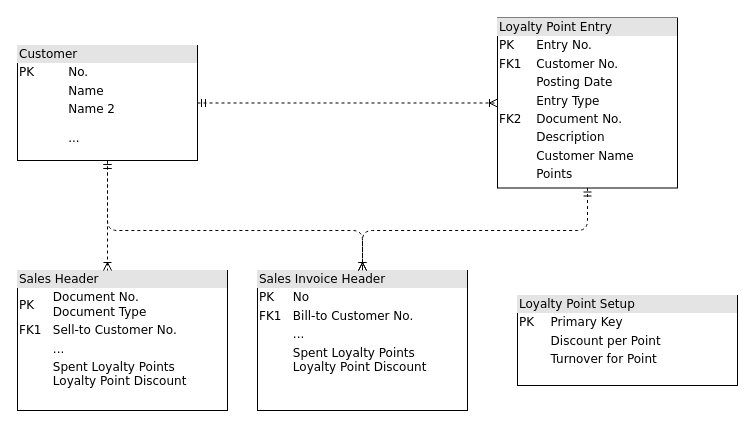
Above: Naderer/images/Tables.drawio in wisa1/bacc (draw.io), before the change. Source tidied: cells renumbered, new cells numbered last; positions are measured from the earlier drawing's top-left corner, leaving out a move shared by most shapes. Both pictures are drawn from the tidied source at 100%, with x=0, y=0 at pixel (17, 18).
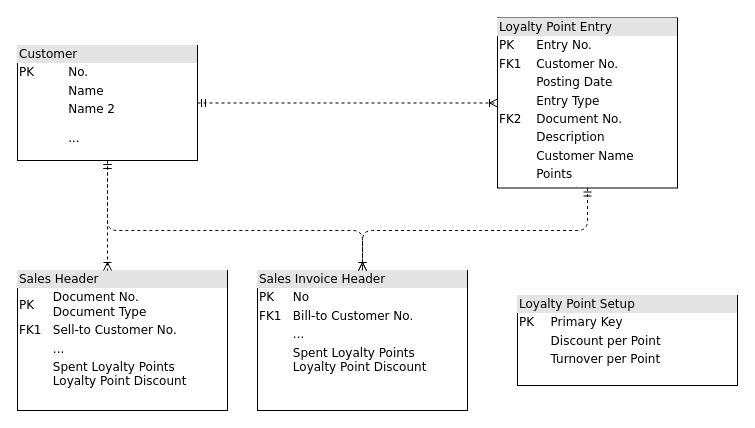
After the change.

Change to the diagram source:
```diff
@@
 <mxGraphModel background="#ffffff">
   <root>
     <mxCell id="0" />
     <mxCell id="1" parent="0" />
     <mxCell id="2" value="&lt;div style=&quot;box-sizing: border-box ; width: 100% ; background: #e4e4e4 ; padding: 2px&quot;&gt;Customer&lt;/div&gt;&lt;table style=&quot;width: 100% ; font-size: 1em&quot; cellpadding=&quot;2&quot; cellspacing=&quot;0&quot;&gt;&lt;tbody&gt;&lt;tr&gt;&lt;td&gt;PK&lt;/td&gt;&lt;td&gt;No.&lt;/td&gt;&lt;/tr&gt;&lt;tr&gt;&lt;td&gt;&lt;br&gt;&lt;/td&gt;&lt;td&gt;Name&lt;/td&gt;&lt;/tr&gt;&lt;tr&gt;&lt;td&gt;&lt;/td&gt;&lt;td&gt;Name 2&lt;br&gt;&lt;br&gt;...&lt;br&gt;&lt;/td&gt;&lt;/tr&gt;&lt;/tbody&gt;&lt;/table&gt;" style="verticalAlign=top;align=left;overflow=fill;html=1;rounded=0;shadow=0;comic=0;labelBackgroundColor=none;strokeColor=#000000;strokeWidth=1;fillColor=#ffffff;fontFamily=Verdana;fontSize=12;fontColor=#000000;" parent="1" vertex="1">
       <mxGeometry y="27" width="180" height="115" as="geometry" />
     </mxCell>
     <mxCell id="3" style="edgeStyle=orthogonalEdgeStyle;html=1;entryX=0;entryY=0.5;labelBackgroundColor=none;startArrow=ERmandOne;endArrow=ERoneToMany;fontFamily=Verdana;fontSize=12;align=left;dashed=1;exitX=1;exitY=0.5;exitDx=0;exitDy=0;entryDx=0;entryDy=0;" parent="1" edge="1" source="2" target="4">
       <mxGeometry relative="1" as="geometry" />
     </mxCell>
     <mxCell id="4" value="&lt;div style=&quot;box-sizing: border-box ; width: 100% ; background: #e4e4e4 ; padding: 2px&quot;&gt;Loyalty Point Entry&lt;/div&gt;&lt;table style=&quot;width: 100% ; font-size: 1em&quot; cellpadding=&quot;2&quot; cellspacing=&quot;0&quot;&gt;&lt;tbody&gt;&lt;tr&gt;&lt;td&gt;PK&lt;/td&gt;&lt;td&gt;Entry No.&lt;/td&gt;&lt;/tr&gt;&lt;tr&gt;&lt;td&gt;FK1&lt;/td&gt;&lt;td&gt;Customer No.&lt;/td&gt;&lt;/tr&gt;&lt;tr&gt;&lt;td&gt;&lt;/td&gt;&lt;td&gt;Posting Date&lt;/td&gt;&lt;/tr&gt;&lt;tr&gt;&lt;td&gt;&lt;br&gt;&lt;/td&gt;&lt;td&gt;Entry Type&lt;br&gt;&lt;/td&gt;&lt;/tr&gt;&lt;tr&gt;&lt;td&gt;FK2&lt;/td&gt;&lt;td&gt;Document No.&lt;br&gt;&lt;/td&gt;&lt;/tr&gt;&lt;tr&gt;&lt;td&gt;&lt;br&gt;&lt;/td&gt;&lt;td&gt;Description&lt;br&gt;&lt;/td&gt;&lt;/tr&gt;&lt;tr&gt;&lt;td&gt;&lt;br&gt;&lt;/td&gt;&lt;td&gt;Customer Name&lt;br&gt;&lt;/td&gt;&lt;/tr&gt;&lt;tr&gt;&lt;td&gt;&lt;br&gt;&lt;/td&gt;&lt;td&gt;Points&lt;br&gt;&lt;/td&gt;&lt;/tr&gt;&lt;tr&gt;&lt;td&gt;&lt;/td&gt;&lt;td&gt;&lt;/td&gt;&lt;/tr&gt;&lt;/tbody&gt;&lt;/table&gt;" style="verticalAlign=top;align=left;overflow=fill;html=1;rounded=0;shadow=0;comic=0;labelBackgroundColor=none;strokeColor=#000000;strokeWidth=1;fillColor=#ffffff;fontFamily=Verdana;fontSize=12;fontColor=#000000;" parent="1" vertex="1">
       <mxGeometry x="480" y="-0.5" width="180" height="170" as="geometry" />
     </mxCell>
     <mxCell id="5" value="&lt;div style=&quot;box-sizing: border-box ; width: 100% ; background: #e4e4e4 ; padding: 2px&quot;&gt;Sales Header&lt;/div&gt;&lt;table style=&quot;width: 100% ; font-size: 1em&quot; cellpadding=&quot;2&quot; cellspacing=&quot;0&quot;&gt;&lt;tbody&gt;&lt;tr&gt;&lt;td&gt;PK&lt;/td&gt;&lt;td&gt;Document No.&lt;br&gt;Document Type&lt;/td&gt;&lt;/tr&gt;&lt;tr&gt;&lt;td&gt;FK1&lt;/td&gt;&lt;td&gt;Sell-to Customer No.&lt;/td&gt;&lt;/tr&gt;&lt;tr&gt;&lt;td&gt;&lt;br&gt;&lt;/td&gt;&lt;td&gt;...&lt;/td&gt;&lt;/tr&gt;&lt;tr&gt;&lt;td&gt;&lt;br&gt;&lt;/td&gt;&lt;td&gt;Spent Loyalty Points&lt;br&gt;Loyalty Point Discount&lt;/td&gt;&lt;/tr&gt;&lt;tr&gt;&lt;td&gt;&lt;/td&gt;&lt;td&gt;&lt;/td&gt;&lt;/tr&gt;&lt;/tbody&gt;&lt;/table&gt;" style="verticalAlign=top;align=left;overflow=fill;html=1;rounded=0;shadow=0;comic=0;labelBackgroundColor=none;strokeColor=#000000;strokeWidth=1;fillColor=#ffffff;fontFamily=Verdana;fontSize=12;fontColor=#000000;" parent="1" vertex="1">
       <mxGeometry y="252" width="210" height="140" as="geometry" />
     </mxCell>
-    <mxCell id="6" value="&lt;div style=&quot;box-sizing: border-box ; width: 100% ; background: #e4e4e4 ; padding: 2px&quot;&gt;&lt;font face=&quot;Verdana&quot;&gt;Loyalty Point Setup&lt;/font&gt;&lt;/div&gt;&lt;table style=&quot;width: 100% ; font-size: 1em&quot; cellpadding=&quot;2&quot; cellspacing=&quot;0&quot;&gt;&lt;tbody&gt;&lt;tr&gt;&lt;td&gt;&lt;font face=&quot;Verdana&quot;&gt;PK&lt;/font&gt;&lt;/td&gt;&lt;td&gt;&lt;font face=&quot;Verdana&quot;&gt;Primary Key&lt;/font&gt;&lt;/td&gt;&lt;/tr&gt;&lt;tr&gt;&lt;td&gt;&lt;font face=&quot;Verdana&quot;&gt;&lt;br&gt;&lt;/font&gt;&lt;/td&gt;&lt;td&gt;&lt;font face=&quot;Verdana&quot;&gt;Discount per Point&lt;/font&gt;&lt;/td&gt;&lt;/tr&gt;&lt;tr&gt;&lt;td&gt;&lt;/td&gt;&lt;td&gt;&lt;font face=&quot;Verdana&quot;&gt;Turnover for Point&lt;/font&gt;&lt;/td&gt;&lt;/tr&gt;&lt;/tbody&gt;&lt;/table&gt;" style="verticalAlign=top;align=left;overflow=fill;html=1;" parent="1" vertex="1">
+    <mxCell id="6" value="&lt;div style=&quot;box-sizing: border-box ; width: 100% ; background: #e4e4e4 ; padding: 2px&quot;&gt;&lt;font face=&quot;Verdana&quot;&gt;Loyalty Point Setup&lt;/font&gt;&lt;/div&gt;&lt;table style=&quot;width: 100% ; font-size: 1em&quot; cellpadding=&quot;2&quot; cellspacing=&quot;0&quot;&gt;&lt;tbody&gt;&lt;tr&gt;&lt;td&gt;&lt;font face=&quot;Verdana&quot;&gt;PK&lt;/font&gt;&lt;/td&gt;&lt;td&gt;&lt;font face=&quot;Verdana&quot;&gt;Primary Key&lt;/font&gt;&lt;/td&gt;&lt;/tr&gt;&lt;tr&gt;&lt;td&gt;&lt;font face=&quot;Verdana&quot;&gt;&lt;br&gt;&lt;/font&gt;&lt;/td&gt;&lt;td&gt;&lt;font face=&quot;Verdana&quot;&gt;Discount per Point&lt;/font&gt;&lt;/td&gt;&lt;/tr&gt;&lt;tr&gt;&lt;td&gt;&lt;/td&gt;&lt;td&gt;&lt;font face=&quot;Verdana&quot;&gt;Turnover per Point&lt;/font&gt;&lt;/td&gt;&lt;/tr&gt;&lt;/tbody&gt;&lt;/table&gt;" style="verticalAlign=top;align=left;overflow=fill;html=1;" parent="1" vertex="1">
       <mxGeometry x="500" y="277" width="220" height="90" as="geometry" />
     </mxCell>
     <mxCell id="7" style="edgeStyle=orthogonalEdgeStyle;html=1;labelBackgroundColor=none;startArrow=ERmandOne;endArrow=ERoneToMany;fontFamily=Verdana;fontSize=12;align=left;dashed=1;exitX=0.5;exitY=1;exitDx=0;exitDy=0;" parent="1" edge="1" source="2" target="5">
       <mxGeometry relative="1" as="geometry">
         <Array as="points">
           <mxPoint x="90" y="262" />
         </Array>
       </mxGeometry>
     </mxCell>
     <mxCell id="8" value="&lt;div style=&quot;box-sizing: border-box ; width: 100% ; background: #e4e4e4 ; padding: 2px&quot;&gt;Sales Invoice Header&lt;/div&gt;&lt;table style=&quot;width: 100% ; font-size: 1em&quot; cellpadding=&quot;2&quot; cellspacing=&quot;0&quot;&gt;&lt;tbody&gt;&lt;tr&gt;&lt;td&gt;PK&lt;/td&gt;&lt;td&gt;No&lt;br&gt;&lt;/td&gt;&lt;/tr&gt;&lt;tr&gt;&lt;td&gt;FK1&lt;/td&gt;&lt;td&gt;Bill-to Customer No.&lt;/td&gt;&lt;/tr&gt;&lt;tr&gt;&lt;td&gt;&lt;br&gt;&lt;/td&gt;&lt;td&gt;...&lt;/td&gt;&lt;/tr&gt;&lt;tr&gt;&lt;td&gt;&lt;br&gt;&lt;/td&gt;&lt;td&gt;Spent Loyalty Points&lt;br&gt;Loyalty Point Discount&lt;/td&gt;&lt;/tr&gt;&lt;tr&gt;&lt;td&gt;&lt;/td&gt;&lt;td&gt;&lt;/td&gt;&lt;/tr&gt;&lt;/tbody&gt;&lt;/table&gt;" style="verticalAlign=top;align=left;overflow=fill;html=1;rounded=0;shadow=0;comic=0;labelBackgroundColor=none;strokeColor=#000000;strokeWidth=1;fillColor=#ffffff;fontFamily=Verdana;fontSize=12;fontColor=#000000;" parent="1" vertex="1">
       <mxGeometry x="240" y="252" width="210" height="140" as="geometry" />
     </mxCell>
     <mxCell id="9" style="edgeStyle=orthogonalEdgeStyle;html=1;labelBackgroundColor=none;startArrow=ERmandOne;endArrow=ERoneToMany;fontFamily=Verdana;fontSize=12;align=left;dashed=1;exitX=0.5;exitY=1;exitDx=0;exitDy=0;entryX=0.5;entryY=0;entryDx=0;entryDy=0;" parent="1" edge="1" source="2" target="8">
       <mxGeometry relative="1" as="geometry">
         <Array as="points">
           <mxPoint x="90" y="212" />
           <mxPoint x="345" y="212" />
         </Array>
       </mxGeometry>
     </mxCell>
     <mxCell id="10" style="edgeStyle=orthogonalEdgeStyle;html=1;labelBackgroundColor=none;startArrow=ERmandOne;endArrow=ERoneToMany;fontFamily=Verdana;fontSize=12;align=left;dashed=1;exitX=0.5;exitY=1;exitDx=0;exitDy=0;entryX=0.5;entryY=0;entryDx=0;entryDy=0;" parent="1" edge="1" source="4" target="8">
       <mxGeometry relative="1" as="geometry">
         <Array as="points">
           <mxPoint x="570" y="212" />
           <mxPoint x="345" y="212" />
         </Array>
       </mxGeometry>
     </mxCell>
   </root>
 </mxGraphModel>
```
